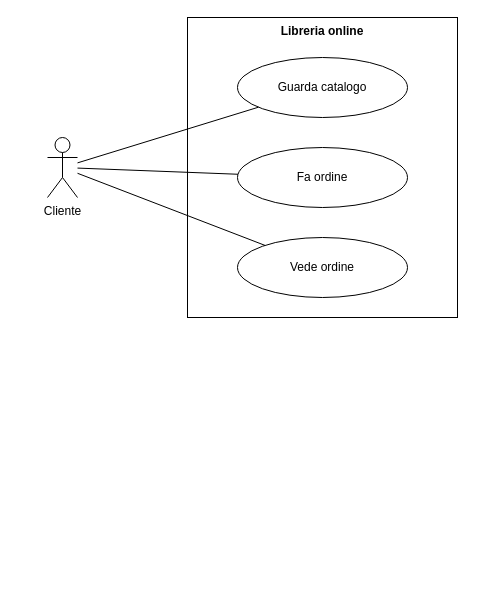
This is uml/Es8.drawio from diegoaldighieri/UML-casi-pratici, a draw.io file, before an edit. Source tidied: cells renumbered, new cells numbered last; positions are measured from the earlier drawing's top-left corner, leaving out a move shared by most shapes. Both pictures are drawn from the tidied source at 100%, with x=0, y=0 at pixel (47, 17).
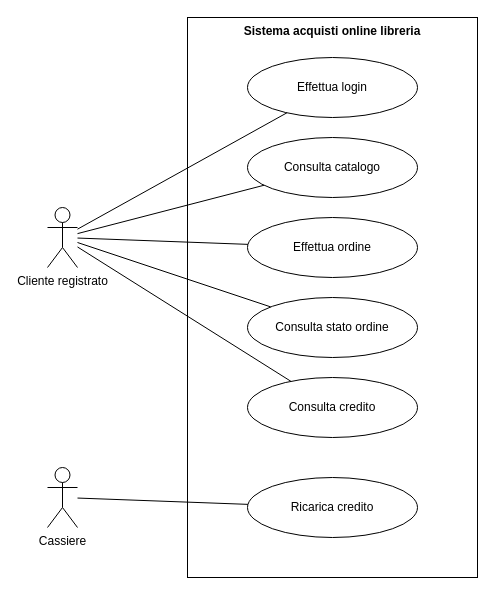
The same page after the edit.

What changed in the source:
```diff
@@
 <mxGraphModel>
   <root>
     <mxCell id="0" />
     <mxCell id="1" parent="0" />
-    <mxCell id="2" value="Libreria online" style="rounded=0;whiteSpace=wrap;html=1;verticalAlign=top;fontStyle=1;fillColor=none;" parent="1" vertex="1">
-      <mxGeometry x="140" width="270" height="300" as="geometry" />
+    <mxCell id="2" value="Sistema acquisti online libreria" style="rounded=0;whiteSpace=wrap;html=1;verticalAlign=top;fontStyle=1;fillColor=none;" parent="1" vertex="1">
+      <mxGeometry x="140" width="290" height="560" as="geometry" />
     </mxCell>
-    <mxCell id="3" value="Cliente" style="shape=umlActor;verticalLabelPosition=bottom;verticalAlign=top;html=1;outlineConnect=0;" parent="1" vertex="1">
-      <mxGeometry y="120" width="30" height="60" as="geometry" />
+    <mxCell id="3" value="Cliente registrato" style="shape=umlActor;verticalLabelPosition=bottom;verticalAlign=top;html=1;outlineConnect=0;" parent="1" vertex="1">
+      <mxGeometry y="190" width="30" height="60" as="geometry" />
     </mxCell>
-    <mxCell id="4" value="Guarda catalogo" style="ellipse;whiteSpace=wrap;html=1;" parent="1" vertex="1">
-      <mxGeometry x="190" y="40" width="170" height="60" as="geometry" />
-    </mxCell>
-    <mxCell id="5" value="Fa ordine" style="ellipse;whiteSpace=wrap;html=1;" parent="1" vertex="1">
-      <mxGeometry x="190" y="130" width="170" height="60" as="geometry" />
-    </mxCell>
-    <mxCell id="6" value="Vede ordine" style="ellipse;whiteSpace=wrap;html=1;" parent="1" vertex="1">
-      <mxGeometry x="190" y="220" width="170" height="60" as="geometry" />
-    </mxCell>
+    <mxCell id="10" value="Cassiere" style="shape=umlActor;verticalLabelPosition=bottom;verticalAlign=top;html=1;outlineConnect=0;" parent="1" vertex="1">
+      <mxGeometry y="450" width="30" height="60" as="geometry" />
+    </mxCell>
+    <mxCell id="11" value="Effettua login" style="ellipse;whiteSpace=wrap;html=1;" parent="1" vertex="1">
+      <mxGeometry x="200" y="40" width="170" height="60" as="geometry" />
+    </mxCell>
+    <mxCell id="12" value="Consulta catalogo" style="ellipse;whiteSpace=wrap;html=1;" parent="1" vertex="1">
+      <mxGeometry x="200" y="120" width="170" height="60" as="geometry" />
+    </mxCell>
+    <mxCell id="13" value="Effettua ordine" style="ellipse;whiteSpace=wrap;html=1;" parent="1" vertex="1">
+      <mxGeometry x="200" y="200" width="170" height="60" as="geometry" />
+    </mxCell>
+    <mxCell id="14" value="Consulta stato ordine" style="ellipse;whiteSpace=wrap;html=1;" parent="1" vertex="1">
+      <mxGeometry x="200" y="280" width="170" height="60" as="geometry" />
+    </mxCell>
+    <mxCell id="15" value="Consulta credito" style="ellipse;whiteSpace=wrap;html=1;" parent="1" vertex="1">
+      <mxGeometry x="200" y="360" width="170" height="60" as="geometry" />
+    </mxCell>
+    <mxCell id="16" value="Ricarica credito" style="ellipse;whiteSpace=wrap;html=1;" parent="1" vertex="1">
+      <mxGeometry x="200" y="460" width="170" height="60" as="geometry" />
+    </mxCell>
-    <mxCell id="7" style="endArrow=none;html=1;" parent="1" edge="1" source="3" target="4">
+    <mxCell id="7" style="endArrow=none;html=1;" parent="1" edge="1" source="3" target="11">
       <mxGeometry relative="1" as="geometry" />
     </mxCell>
-    <mxCell id="8" style="endArrow=none;html=1;" parent="1" edge="1" source="3" target="5">
+    <mxCell id="8" style="endArrow=none;html=1;" parent="1" edge="1" source="3" target="12">
       <mxGeometry relative="1" as="geometry" />
     </mxCell>
-    <mxCell id="9" style="endArrow=none;html=1;" parent="1" edge="1" source="3" target="6">
+    <mxCell id="9" style="endArrow=none;html=1;" parent="1" edge="1" source="3" target="13">
       <mxGeometry relative="1" as="geometry" />
     </mxCell>
+    <mxCell id="17" style="endArrow=none;html=1;" parent="1" edge="1" source="3" target="14">
+      <mxGeometry relative="1" as="geometry" />
+    </mxCell>
+    <mxCell id="18" style="endArrow=none;html=1;" parent="1" edge="1" source="3" target="15">
+      <mxGeometry relative="1" as="geometry" />
+    </mxCell>
+    <mxCell id="19" style="endArrow=none;html=1;" parent="1" edge="1" source="10" target="16">
+      <mxGeometry relative="1" as="geometry" />
+    </mxCell>
   </root>
 </mxGraphModel>
```
